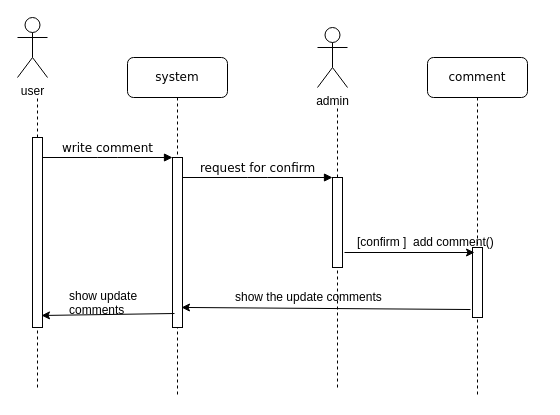
Above: sequence/comment.drawio in aenad/iut_foods (draw.io), before the change. Source tidied: cells renumbered, new cells numbered last; positions are measured from the earlier drawing's top-left corner, leaving out a move shared by most shapes. Both pictures are drawn from the tidied source at 100%, with x=0, y=0 at pixel (17, 17).
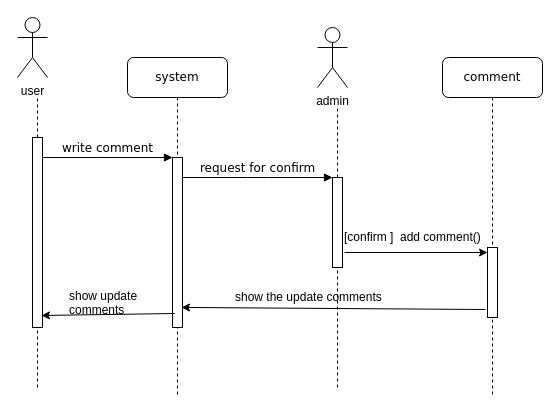
After the change.

The edit, as a diff of the source:
```diff
@@
     <mxCell id="4" value="comment" style="shape=umlLifeline;perimeter=lifelinePerimeter;whiteSpace=wrap;html=1;rounded=1;shadow=0;comic=0;labelBackgroundColor=none;strokeColor=#000000;strokeWidth=1;fillColor=#FFFFFF;fontFamily=Verdana;fontSize=12;fontColor=#000000;align=center;" parent="1" vertex="1">
-      <mxGeometry x="410" y="40" width="100" height="340" as="geometry" />
+      <mxGeometry x="425" y="40" width="100" height="340" as="geometry" />
     </mxCell>
     <mxCell id="5" style="html=1;points=[];perimeter=orthogonalPerimeter;rounded=0;shadow=0;comic=0;labelBackgroundColor=none;strokeColor=#000000;strokeWidth=1;fillColor=#FFFFFF;fontFamily=Verdana;fontSize=12;fontColor=#000000;align=center;" parent="1" vertex="1">
-      <mxGeometry x="455" y="230" width="10" height="70" as="geometry" />
+      <mxGeometry x="470" y="230" width="10" height="70" as="geometry" />
     </mxCell>
@@
-    <mxCell id="16" style="endArrow=classic;html=1;entryX=0.5;entryY=0.071;entryDx=0;entryDy=0;entryPerimeter=0;" parent="1" edge="1">
+    <mxCell id="16" style="endArrow=classic;html=1;" parent="1" edge="1" target="5">
       <mxGeometry relative="1" as="geometry">
         <mxPoint x="327" y="235" as="sourcePoint" />
-        <mxPoint x="457" y="235" as="targetPoint" />
       </mxGeometry>
     </mxCell>
     <mxCell id="17" value="[confirm&amp;nbsp;]&amp;nbsp; add comment()" style="text;html=1;align=left;verticalAlign=top;spacingTop=-4;" parent="1" vertex="1">
-      <mxGeometry x="338" y="215" width="150" height="20" as="geometry" />
+      <mxGeometry x="325" y="210" width="150" height="20" as="geometry" />
     </mxCell>
```
